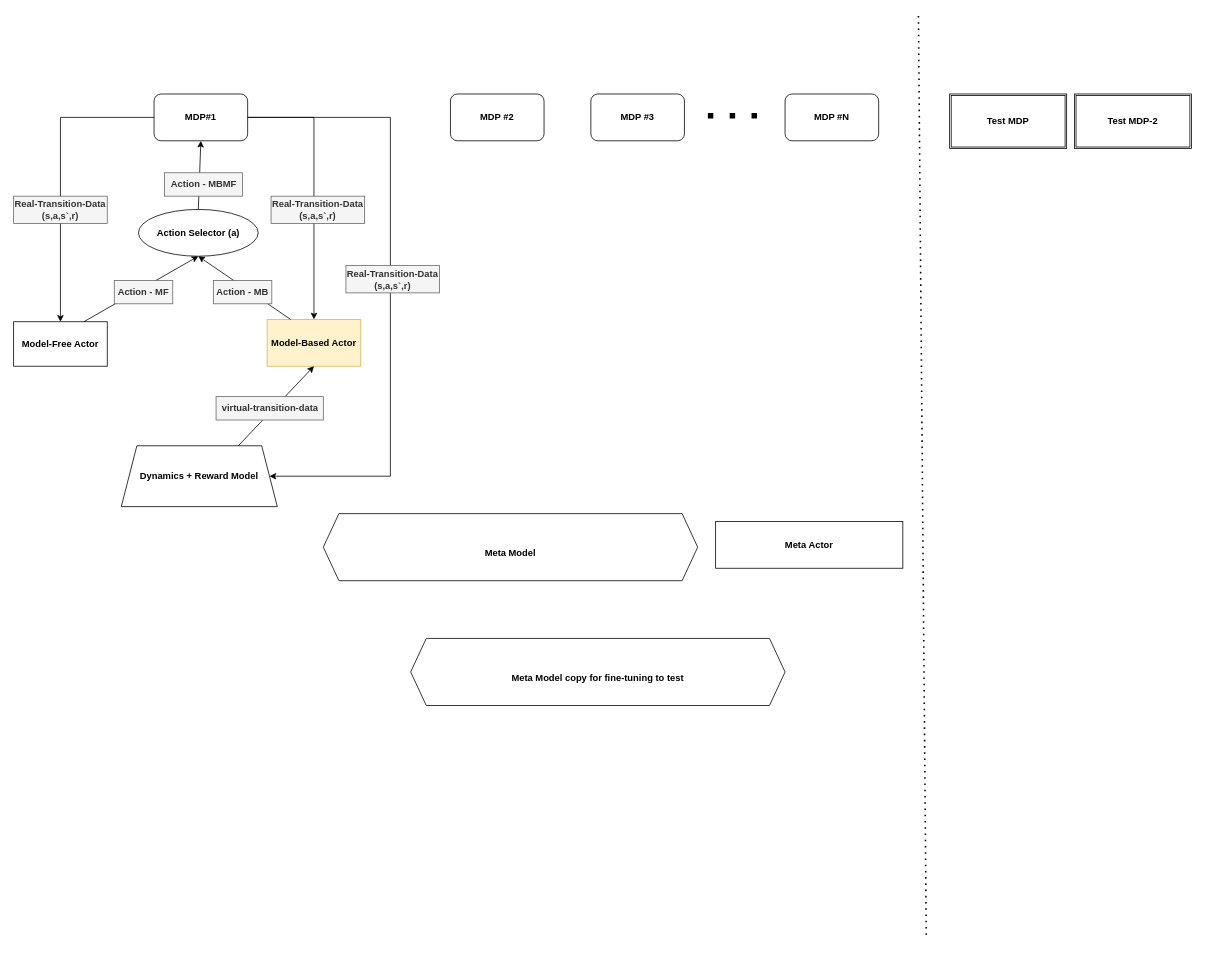
jgwak1/research_problem_frameworks keeps this draw.io diagram as Hybrid_MBMF_MetaRL.drawio. Above is the earlier version. Source tidied: cells renumbered, new cells numbered last; positions are measured from the earlier drawing's top-left corner, leaving out a move shared by most shapes. Both pictures are drawn from the tidied source at 78%, with x=0, y=0 at pixel (13, 14).
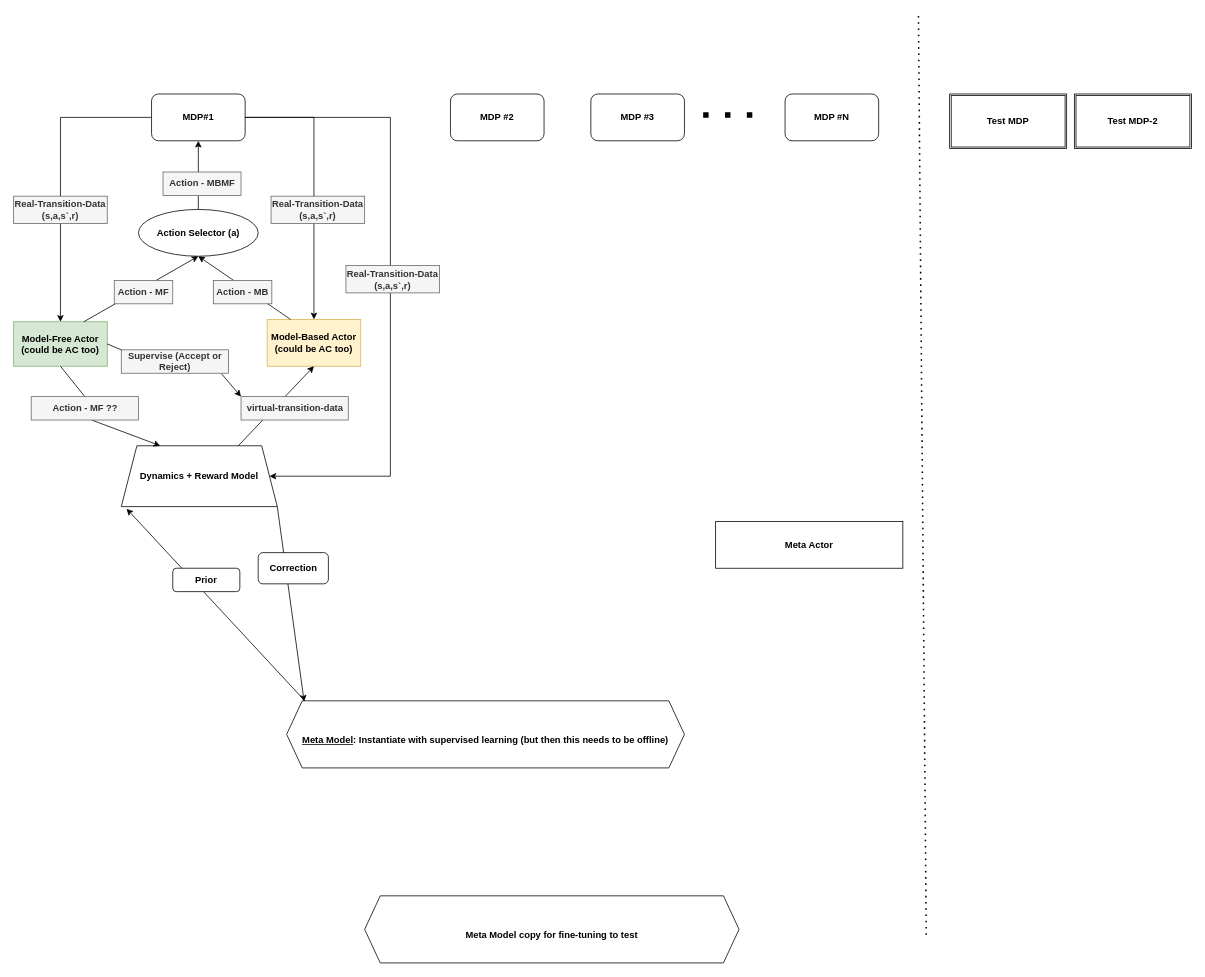
The same diagram, later.

The change refers to these unchanged cells:
```xml
<mxCell id="8" value="&lt;b&gt;Dynamics + Reward Model&lt;/b&gt;" style="shape=trapezoid;perimeter=trapezoidPerimeter;whiteSpace=wrap;html=1;fixedSize=1;" parent="1" vertex="1">
  <mxGeometry x="138" y="553" width="200" height="78" as="geometry" />
</mxCell>
```

The edit, as a diff of the source:
```diff
@@
     <mxCell id="2" value="&lt;b&gt;MDP#1&lt;/b&gt;" style="rounded=1;whiteSpace=wrap;html=1;" parent="1" vertex="1">
-      <mxGeometry x="180" y="102" width="120" height="60" as="geometry" />
+      <mxGeometry x="176.8" y="102" width="120" height="60" as="geometry" />
     </mxCell>
@@
-    <mxCell id="6" value="&lt;b&gt;Model-Free Actor&lt;/b&gt;" style="rounded=0;whiteSpace=wrap;html=1;" parent="1" vertex="1">
+    <mxCell id="6" value="&lt;b&gt;Model-Free Actor&lt;br&gt;&lt;/b&gt;&lt;b&gt;(could be AC too)&lt;/b&gt;&lt;b&gt;&lt;br&gt;&lt;/b&gt;" style="rounded=0;whiteSpace=wrap;html=1;fillColor=#d5e8d4;strokeColor=#82b366;" parent="1" vertex="1">
       <mxGeometry y="394" width="120" height="57" as="geometry" />
     </mxCell>
-    <mxCell id="7" value="&lt;b&gt;Model-Based Actor&lt;/b&gt;" style="rounded=0;whiteSpace=wrap;html=1;fillColor=#fff2cc;strokeColor=#d6b656;" parent="1" vertex="1">
+    <mxCell id="7" value="&lt;b&gt;Model-Based Actor&lt;br&gt;(could be AC too)&lt;br&gt;&lt;/b&gt;" style="rounded=0;whiteSpace=wrap;html=1;fillColor=#fff2cc;strokeColor=#d6b656;" parent="1" vertex="1">
       <mxGeometry x="325" y="391" width="120" height="60" as="geometry" />
     </mxCell>
@@
     <mxCell id="14" value="&lt;b&gt;Action - MBMF&lt;/b&gt;" style="text;html=1;strokeColor=#666666;fillColor=#f5f5f5;align=center;verticalAlign=middle;whiteSpace=wrap;rounded=0;fontColor=#333333;" parent="1" vertex="1">
-      <mxGeometry x="193.5" y="203" width="100" height="30" as="geometry" />
+      <mxGeometry x="191.5" y="202" width="100" height="30" as="geometry" />
     </mxCell>
@@
     <mxCell id="19" value="&lt;b&gt;virtual-transition-data&lt;/b&gt;" style="text;html=1;strokeColor=#666666;fillColor=#f5f5f5;align=center;verticalAlign=middle;whiteSpace=wrap;rounded=0;fontColor=#333333;" parent="1" vertex="1">
-      <mxGeometry x="259.5" y="490" width="137.5" height="30" as="geometry" />
+      <mxGeometry x="291.5" y="490" width="137.5" height="30" as="geometry" />
     </mxCell>
-    <mxCell id="20" value="&lt;br&gt;&lt;b&gt;Meta Model&lt;/b&gt;" style="shape=hexagon;perimeter=hexagonPerimeter2;whiteSpace=wrap;html=1;fixedSize=1;" parent="1" vertex="1">
-      <mxGeometry x="397" y="640" width="480" height="86" as="geometry" />
+    <mxCell id="20" value="&lt;br&gt;&lt;b&gt;&lt;u&gt;Meta Model&lt;/u&gt;: Instantiate with supervised learning (but then this needs to be offline)&lt;/b&gt;" style="shape=hexagon;perimeter=hexagonPerimeter2;whiteSpace=wrap;html=1;fixedSize=1;" parent="1" vertex="1">
+      <mxGeometry x="350" y="880" width="510" height="86" as="geometry" />
     </mxCell>
@@
     <mxCell id="28" style="endArrow=none;dashed=1;html=1;dashPattern=1 3;strokeWidth=7;rounded=0;fontFamily=Helvetica;" parent="1" edge="1">
       <mxGeometry relative="1" as="geometry">
-        <mxPoint x="890" y="130" as="sourcePoint" />
-        <mxPoint x="970" y="130" as="targetPoint" />
+        <mxPoint x="884" y="129" as="sourcePoint" />
+        <mxPoint x="964" y="129" as="targetPoint" />
       </mxGeometry>
     </mxCell>
@@
     <mxCell id="30" value="&lt;br&gt;&lt;b&gt;Meta Model copy for fine-tuning to test&lt;/b&gt;" style="shape=hexagon;perimeter=hexagonPerimeter2;whiteSpace=wrap;html=1;fixedSize=1;" parent="1" vertex="1">
-      <mxGeometry x="509" y="800" width="480" height="86" as="geometry" />
+      <mxGeometry x="450" y="1130" width="480" height="86" as="geometry" />
     </mxCell>
+    <mxCell id="31" style="endArrow=classic;html=1;rounded=0;entryX=0.034;entryY=1.035;entryDx=0;entryDy=0;exitX=0.04;exitY=-0.037;exitDx=0;exitDy=0;exitPerimeter=0;entryPerimeter=0;" parent="1" edge="1" source="20" target="8">
+      <mxGeometry relative="1" as="geometry" />
+    </mxCell>
+    <mxCell id="32" style="endArrow=classic;html=1;rounded=0;exitX=1;exitY=1;exitDx=0;exitDy=0;entryX=0.044;entryY=0.012;entryDx=0;entryDy=0;entryPerimeter=0;" parent="1" edge="1" source="8" target="20">
+      <mxGeometry relative="1" as="geometry" />
+    </mxCell>
+    <mxCell id="33" value="&lt;b&gt;Prior&lt;/b&gt;" style="rounded=1;whiteSpace=wrap;html=1;" parent="1" vertex="1">
+      <mxGeometry x="204" y="710" width="86" height="30" as="geometry" />
+    </mxCell>
+    <mxCell id="34" value="&lt;b&gt;Correction&lt;/b&gt;" style="rounded=1;whiteSpace=wrap;html=1;" parent="1" vertex="1">
+      <mxGeometry x="313.5" y="690" width="90" height="40" as="geometry" />
+    </mxCell>
+    <mxCell id="35" style="endArrow=classic;html=1;rounded=0;fontSize=48;fontColor=#FF052F;exitX=0.5;exitY=1;exitDx=0;exitDy=0;entryX=0.25;entryY=0;entryDx=0;entryDy=0;startArrow=none;" parent="1" edge="1" target="8">
+      <mxGeometry relative="1" as="geometry">
+        <mxPoint x="100" y="520" as="sourcePoint" />
+      </mxGeometry>
+    </mxCell>
+    <mxCell id="36" style="endArrow=none;html=1;rounded=0;fontSize=48;fontColor=#FF052F;exitX=0.5;exitY=1;exitDx=0;exitDy=0;entryX=0.5;entryY=0;entryDx=0;entryDy=0;" parent="1" edge="1" source="6" target="37">
+      <mxGeometry relative="1" as="geometry" />
+    </mxCell>
+    <mxCell id="37" value="&lt;b&gt;Action - MF ??&lt;/b&gt;" style="text;html=1;strokeColor=#666666;fillColor=#f5f5f5;align=center;verticalAlign=middle;whiteSpace=wrap;rounded=0;fontColor=#333333;" parent="1" vertex="1">
+      <mxGeometry x="22.5" y="490" width="137.5" height="30" as="geometry" />
+    </mxCell>
+    <mxCell id="38" style="endArrow=classic;html=1;rounded=0;fontSize=12;fontColor=#000000;exitX=0.932;exitY=1.008;exitDx=0;exitDy=0;exitPerimeter=0;entryX=0;entryY=0;entryDx=0;entryDy=0;startArrow=none;" parent="1" edge="1" source="39" target="19">
+      <mxGeometry relative="1" as="geometry" />
+    </mxCell>
+    <mxCell id="39" value="&lt;b&gt;Supervise (Accept or Reject)&lt;/b&gt;" style="text;html=1;strokeColor=#666666;fillColor=#f5f5f5;align=center;verticalAlign=middle;whiteSpace=wrap;rounded=0;fontColor=#333333;" parent="1" vertex="1">
+      <mxGeometry x="138" y="430" width="137.5" height="30" as="geometry" />
+    </mxCell>
+    <mxCell id="40" style="endArrow=none;html=1;rounded=0;fontSize=12;fontColor=#000000;exitX=1;exitY=0.5;exitDx=0;exitDy=0;entryX=0;entryY=0;entryDx=0;entryDy=0;" parent="1" edge="1" source="6" target="39">
+      <mxGeometry relative="1" as="geometry" />
+    </mxCell>
```
